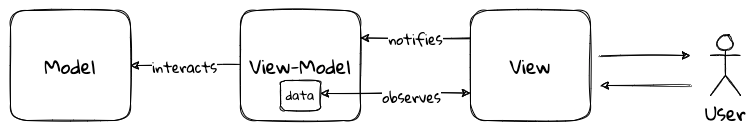
This is images/ui-patterns/mvvm.png from ddd-book-java/prem-website, a draw.io export, as it was before one commit. Source tidied: cells renumbered, new cells last; positions are measured from the earlier drawing's top-left corner, leaving out a move shared by most shapes.
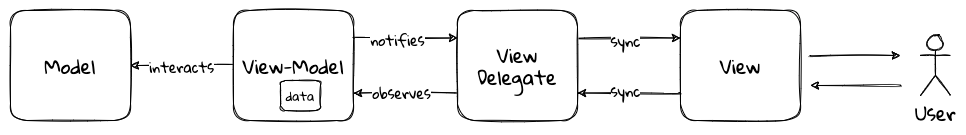
Later version of the same file.

Change to the diagram source:
```diff
@@ -2,51 +2,71 @@
   <root>
     <mxCell id="0" />
     <mxCell id="1" parent="0" />
-    <mxCell id="2" value="Model" style="whiteSpace=wrap;html=1;fontFamily=Gloria Hallelujah;fontSource=https%3A%2F%2Ffonts.googleapis.com%2Fcss%3Ffamily%3DGloria%2BHallelujah;fontSize=19;sketch=1;rounded=1;" parent="1" vertex="1">
+    <mxCell id="2" value="Model" style="whiteSpace=wrap;html=1;fontFamily=Gloria Hallelujah;fontSource=https%3A%2F%2Ffonts.googleapis.com%2Fcss%3Ffamily%3DGloria%2BHallelujah;fontSize=19;rounded=1;sketch=1;" parent="1" vertex="1">
       <mxGeometry width="120" height="110" as="geometry" />
     </mxCell>
-    <mxCell id="3" style="edgeStyle=orthogonalEdgeStyle;curved=1;rounded=0;sketch=1;jettySize=auto;html=1;exitX=0;exitY=0.5;exitDx=0;exitDy=0;entryX=1;entryY=0.5;entryDx=0;entryDy=0;fontFamily=Gloria Hallelujah;fontSource=https%3A%2F%2Ffonts.googleapis.com%2Fcss%3Ffamily%3DGloria%2BHallelujah;startArrow=none;startFill=0;" parent="1" edge="1" source="5" target="2">
+    <mxCell id="3" style="edgeStyle=orthogonalEdgeStyle;jettySize=auto;html=1;exitX=0;exitY=0.5;exitDx=0;exitDy=0;entryX=1;entryY=0.5;entryDx=0;entryDy=0;fontFamily=Gloria Hallelujah;fontSource=https%3A%2F%2Ffonts.googleapis.com%2Fcss%3Ffamily%3DGloria%2BHallelujah;startArrow=none;startFill=0;sketch=1;curved=1;" parent="1" edge="1" source="5" target="2">
       <mxGeometry relative="1" as="geometry" />
     </mxCell>
-    <mxCell id="4" value="&lt;font style=&quot;font-size: 14px&quot;&gt;interacts&lt;/font&gt;" style="edgeLabel;html=1;align=center;verticalAlign=middle;fontFamily=Gloria Hallelujah;" parent="3" vertex="1">
+    <mxCell id="4" value="&lt;font style=&quot;font-size: 14px;&quot;&gt;interacts&lt;/font&gt;" style="edgeLabel;html=1;align=center;verticalAlign=middle;fontFamily=Gloria Hallelujah;fontSource=https%3A%2F%2Ffonts.googleapis.com%2Fcss%3Ffamily%3DGloria%2BHallelujah;rounded=1;sketch=1;fontSize=14;" parent="3" vertex="1">
       <mxGeometry x="0.04" relative="1" as="geometry" />
     </mxCell>
+    <mxCell id="14" style="edgeStyle=orthogonalEdgeStyle;jettySize=auto;html=1;exitX=1;exitY=0.25;exitDx=0;exitDy=0;entryX=0;entryY=0.25;entryDx=0;entryDy=0;fontFamily=Gloria Hallelujah;fontSource=https%3A%2F%2Ffonts.googleapis.com%2Fcss%3Ffamily%3DGloria%2BHallelujah;sketch=1;curved=1;" parent="1" edge="1" source="5" target="20">
+      <mxGeometry relative="1" as="geometry" />
+    </mxCell>
+    <mxCell id="8" value="notifies" style="edgeLabel;html=1;align=center;verticalAlign=middle;fontFamily=Gloria Hallelujah;fontSource=https%3A%2F%2Ffonts.googleapis.com%2Fcss%3Ffamily%3DGloria%2BHallelujah;rounded=1;sketch=1;fontSize=14;" parent="14" vertex="1">
+      <mxGeometry x="-0.18" relative="1" as="geometry">
+        <mxPoint y="1" as="offset" />
+      </mxGeometry>
+    </mxCell>
-    <mxCell id="5" value="View-Model" style="whiteSpace=wrap;html=1;fontFamily=Gloria Hallelujah;fontSource=https%3A%2F%2Ffonts.googleapis.com%2Fcss%3Ffamily%3DGloria%2BHallelujah;fontSize=19;sketch=1;rounded=1;" parent="1" vertex="1">
-      <mxGeometry x="230" width="120" height="110" as="geometry" />
+    <mxCell id="5" value="View-Model" style="whiteSpace=wrap;html=1;fontFamily=Gloria Hallelujah;fontSource=https%3A%2F%2Ffonts.googleapis.com%2Fcss%3Ffamily%3DGloria%2BHallelujah;fontSize=19;rounded=1;sketch=1;" parent="1" vertex="1">
+      <mxGeometry x="223" width="120" height="110" as="geometry" />
     </mxCell>
-    <mxCell id="6" style="edgeStyle=orthogonalEdgeStyle;jettySize=auto;html=1;entryX=0;entryY=0.75;entryDx=0;entryDy=0;startArrow=classic;startFill=1;sketch=1;curved=1;" parent="1" edge="1" target="9">
-      <mxGeometry relative="1" as="geometry">
-        <mxPoint x="310" y="83" as="sourcePoint" />
-      </mxGeometry>
-    </mxCell>
-    <mxCell id="7" value="&lt;font style=&quot;font-size: 14px&quot;&gt;observes&lt;/font&gt;" style="edgeLabel;html=1;align=center;verticalAlign=middle;sketch=1;rounded=1;fontFamily=Gloria Hallelujah;fontSource=https%3A%2F%2Ffonts.googleapis.com%2Fcss%3Ffamily%3DGloria%2BHallelujah;" parent="6" vertex="1">
-      <mxGeometry relative="1" as="geometry">
-        <mxPoint x="15" y="2" as="offset" />
-      </mxGeometry>
-    </mxCell>
-    <mxCell id="8" value="&lt;font style=&quot;font-size: 14px&quot;&gt;notifies&lt;/font&gt;" style="edgeStyle=orthogonalEdgeStyle;jettySize=auto;html=1;exitX=0;exitY=0.25;exitDx=0;exitDy=0;entryX=1;entryY=0.25;entryDx=0;entryDy=0;startArrow=none;startFill=0;sketch=1;curved=1;fontFamily=Gloria Hallelujah;fontSource=https%3A%2F%2Ffonts.googleapis.com%2Fcss%3Ffamily%3DGloria%2BHallelujah;" parent="1" edge="1" source="9" target="5">
-      <mxGeometry relative="1" as="geometry" />
-    </mxCell>
+    <mxCell id="15" style="edgeStyle=orthogonalEdgeStyle;curved=1;rounded=0;sketch=1;jettySize=auto;html=1;exitX=0;exitY=0.75;exitDx=0;exitDy=0;entryX=1;entryY=0.75;entryDx=0;entryDy=0;fontFamily=Gloria Hallelujah;fontSource=https%3A%2F%2Ffonts.googleapis.com%2Fcss%3Ffamily%3DGloria%2BHallelujah;" parent="1" edge="1" source="9" target="20">
+      <mxGeometry relative="1" as="geometry" />
+    </mxCell>
+    <mxCell id="16" value="sync" style="edgeLabel;html=1;align=center;verticalAlign=middle;fontFamily=Gloria Hallelujah;fontSize=15;" parent="15" vertex="1">
+      <mxGeometry x="0.09" y="-3" relative="1" as="geometry" />
+    </mxCell>
-    <mxCell id="9" value="View" style="whiteSpace=wrap;html=1;fontFamily=Gloria Hallelujah;fontSource=https%3A%2F%2Ffonts.googleapis.com%2Fcss%3Ffamily%3DGloria%2BHallelujah;fontSize=19;sketch=1;rounded=1;" parent="1" vertex="1">
-      <mxGeometry x="460" width="120" height="110" as="geometry" />
+    <mxCell id="9" value="View" style="whiteSpace=wrap;html=1;fontFamily=Gloria Hallelujah;fontSource=https%3A%2F%2Ffonts.googleapis.com%2Fcss%3Ffamily%3DGloria%2BHallelujah;fontSize=19;rounded=1;sketch=1;" parent="1" vertex="1">
+      <mxGeometry x="670" width="120" height="110" as="geometry" />
     </mxCell>
-    <mxCell id="10" value="User" style="shape=umlActor;verticalLabelPosition=bottom;verticalAlign=top;html=1;fontFamily=Gloria Hallelujah;fontSource=https%3A%2F%2Ffonts.googleapis.com%2Fcss%3Ffamily%3DGloria%2BHallelujah;fontSize=19;sketch=1;rounded=1;" parent="1" vertex="1">
-      <mxGeometry x="700" y="25" width="30" height="60" as="geometry" />
+    <mxCell id="10" value="User" style="shape=umlActor;verticalLabelPosition=bottom;verticalAlign=top;html=1;fontFamily=Gloria Hallelujah;fontSource=https%3A%2F%2Ffonts.googleapis.com%2Fcss%3Ffamily%3DGloria%2BHallelujah;fontSize=19;rounded=1;sketch=1;" parent="1" vertex="1">
+      <mxGeometry x="910" y="25" width="30" height="60" as="geometry" />
     </mxCell>
     <mxCell id="11" style="endArrow=classic;html=1;fontFamily=Gloria Hallelujah;fontSource=https%3A%2F%2Ffonts.googleapis.com%2Fcss%3Ffamily%3DGloria%2BHallelujah;fontSize=19;sketch=1;curved=1;" parent="1" edge="1">
       <mxGeometry relative="1" as="geometry">
-        <mxPoint x="590" y="45" as="sourcePoint" />
-        <mxPoint x="680" y="45" as="targetPoint" />
+        <mxPoint x="800" y="45" as="sourcePoint" />
+        <mxPoint x="890" y="45" as="targetPoint" />
       </mxGeometry>
     </mxCell>
     <mxCell id="12" style="endArrow=classic;html=1;fontFamily=Gloria Hallelujah;fontSource=https%3A%2F%2Ffonts.googleapis.com%2Fcss%3Ffamily%3DGloria%2BHallelujah;fontSize=19;sketch=1;curved=1;" parent="1" edge="1">
       <mxGeometry relative="1" as="geometry">
-        <mxPoint x="680" y="75" as="sourcePoint" />
-        <mxPoint x="590" y="75" as="targetPoint" />
+        <mxPoint x="890" y="75" as="sourcePoint" />
+        <mxPoint x="800" y="75" as="targetPoint" />
       </mxGeometry>
     </mxCell>
-    <mxCell id="13" value="&lt;font face=&quot;Gloria Hallelujah&quot;&gt;data&lt;/font&gt;" style="whiteSpace=wrap;html=1;sketch=1;rounded=1;" parent="1" vertex="1">
+    <mxCell id="13" value="&lt;font&gt;data&lt;/font&gt;" style="whiteSpace=wrap;html=1;fontFamily=Gloria Hallelujah;fontSource=https%3A%2F%2Ffonts.googleapis.com%2Fcss%3Ffamily%3DGloria%2BHallelujah;rounded=1;sketch=1;" parent="1" vertex="1">
       <mxGeometry x="270" y="70" width="40" height="30" as="geometry" />
     </mxCell>
+    <mxCell id="17" style="edgeStyle=orthogonalEdgeStyle;jettySize=auto;html=1;exitX=0;exitY=0.75;exitDx=0;exitDy=0;entryX=1;entryY=0.75;entryDx=0;entryDy=0;fontFamily=Gloria Hallelujah;fontSource=https%3A%2F%2Ffonts.googleapis.com%2Fcss%3Ffamily%3DGloria%2BHallelujah;sketch=1;curved=1;" parent="1" edge="1" source="20" target="5">
+      <mxGeometry relative="1" as="geometry" />
+    </mxCell>
+    <mxCell id="7" value="observes" style="edgeLabel;html=1;align=center;verticalAlign=middle;fontFamily=Gloria Hallelujah;fontSource=https%3A%2F%2Ffonts.googleapis.com%2Fcss%3Ffamily%3DGloria%2BHallelujah;rounded=1;sketch=1;fontSize=14;" parent="17" vertex="1">
+      <mxGeometry x="0.16" y="-1" relative="1" as="geometry">
+        <mxPoint x="3" as="offset" />
+      </mxGeometry>
+    </mxCell>
+    <mxCell id="18" style="edgeStyle=orthogonalEdgeStyle;curved=1;rounded=0;sketch=1;jettySize=auto;html=1;exitX=1;exitY=0.25;exitDx=0;exitDy=0;entryX=0;entryY=0.25;entryDx=0;entryDy=0;fontFamily=Gloria Hallelujah;fontSource=https%3A%2F%2Ffonts.googleapis.com%2Fcss%3Ffamily%3DGloria%2BHallelujah;" parent="1" edge="1" source="20" target="9">
+      <mxGeometry relative="1" as="geometry" />
+    </mxCell>
+    <mxCell id="19" value="sync" style="edgeLabel;html=1;align=center;verticalAlign=middle;fontFamily=Gloria Hallelujah;fontSize=15;" parent="18" vertex="1">
+      <mxGeometry x="-0.09" y="-1" relative="1" as="geometry">
+        <mxPoint y="1" as="offset" />
+      </mxGeometry>
+    </mxCell>
+    <mxCell id="20" value="View Delegate" style="whiteSpace=wrap;html=1;fontFamily=Gloria Hallelujah;fontSource=https%3A%2F%2Ffonts.googleapis.com%2Fcss%3Ffamily%3DGloria%2BHallelujah;fontSize=19;rounded=1;sketch=1;" parent="1" vertex="1">
+      <mxGeometry x="447" width="120" height="110" as="geometry" />
+    </mxCell>
   </root>
 </mxGraphModel>
```
